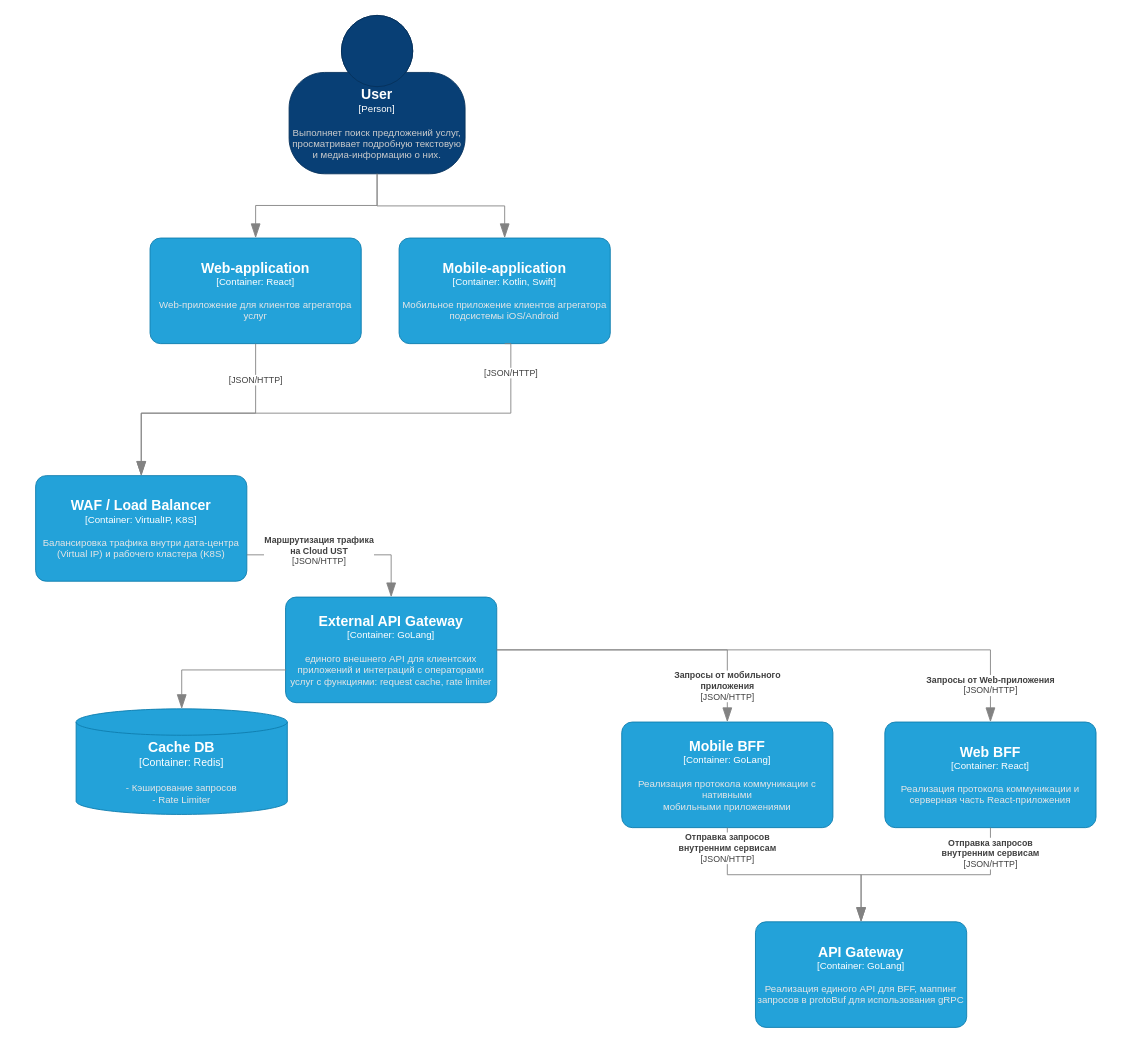
The draw.io diagram docs/architect/L2 - container (1-Clients).drawio in oreshkanet/TrueTechArch, before the edit. Source tidied: cells renumbered, new cells numbered last; positions are measured from the earlier drawing's top-left corner, leaving out a move shared by most shapes. Both pictures are drawn from the tidied source at 88%, with x=0, y=0 at pixel (35, 15).
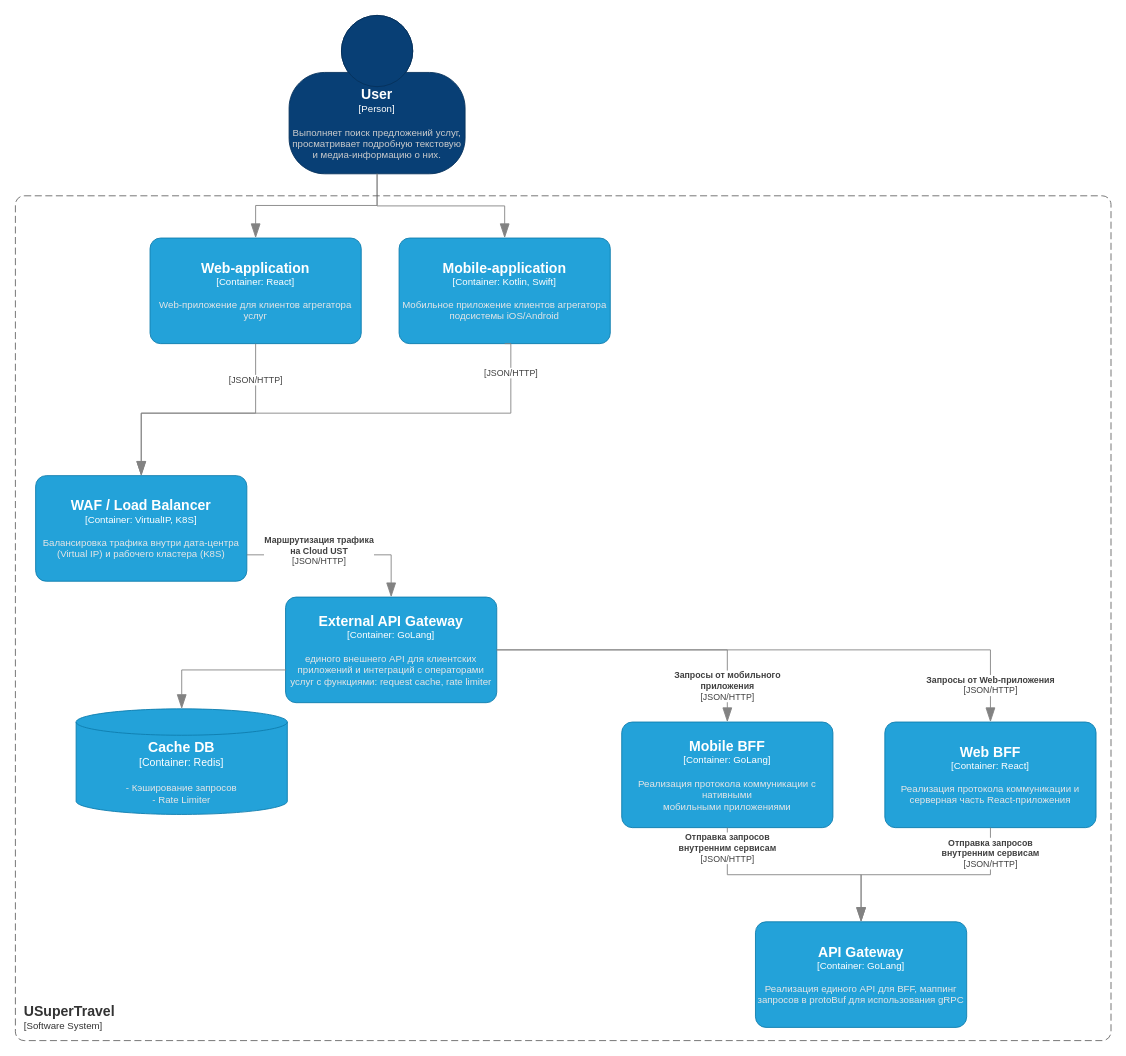
Above is the later version.

Diff of the diagram source:
```diff
@@
+    <object id="21" label="&lt;font style=&quot;font-size: 16px&quot;&gt;&lt;b&gt;&lt;div style=&quot;text-align: left&quot;&gt;%c4Name%&lt;/div&gt;&lt;/b&gt;&lt;/font&gt;&lt;div style=&quot;text-align: left&quot;&gt;[%c4Application%]&lt;/div&gt;" c4Application="Software System" c4Name="USuperTravel" placeholders="1">
+      <mxCell style="rounded=1;fontSize=11;whiteSpace=wrap;html=1;dashed=1;arcSize=20;fillColor=none;strokeColor=#666666;fontColor=#333333;labelBackgroundColor=none;align=left;verticalAlign=bottom;labelBorderColor=none;spacingTop=0;spacing=10;dashPattern=8 4;perimeter=rectanglePerimeter;noLabel=0;labelPadding=0;absoluteArcSize=1;" parent="1" vertex="1">
+        <mxGeometry x="-23" y="205" width="1245" height="960" as="geometry" />
+      </mxCell>
+    </object>
```
